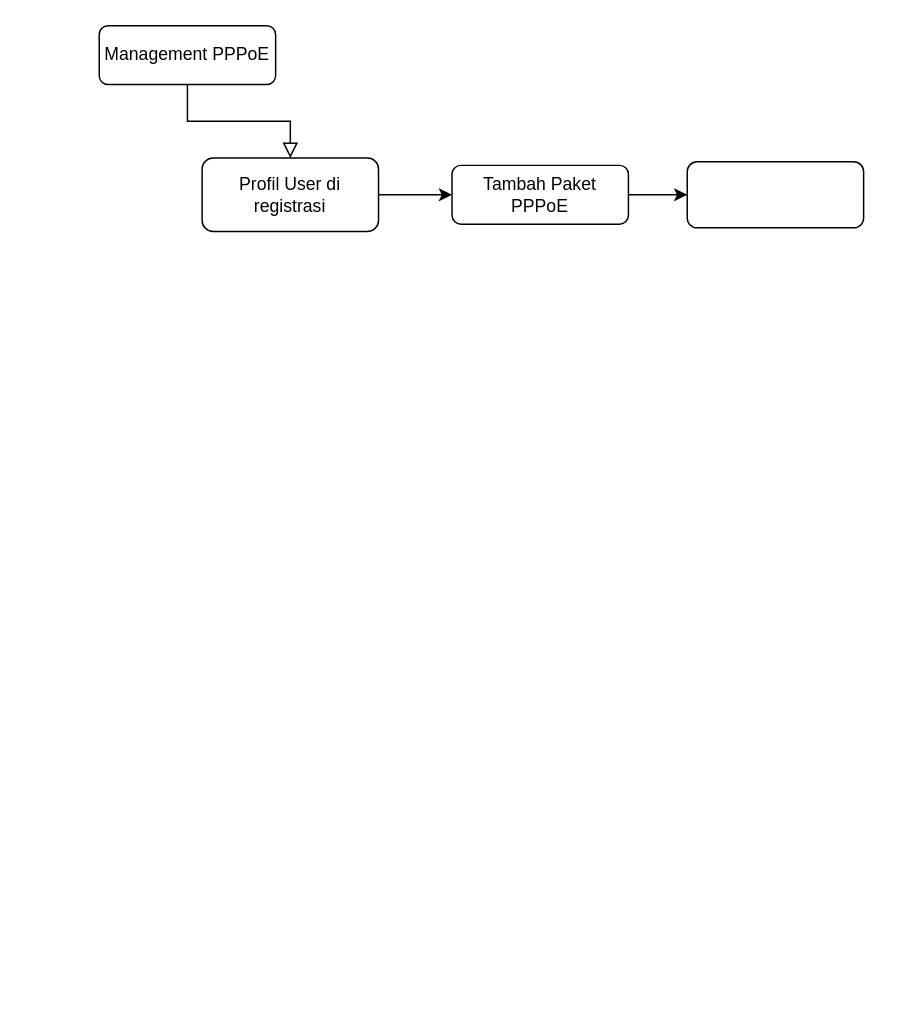
The draw.io diagram isp.drawio in axquired24/my.draw, before the edit. Source tidied: cells renumbered, new cells numbered last; positions are measured from the earlier drawing's top-left corner, leaving out a move shared by most shapes. Both pictures are drawn from the tidied source at 147%, with x=0, y=0 at pixel (98, 25).
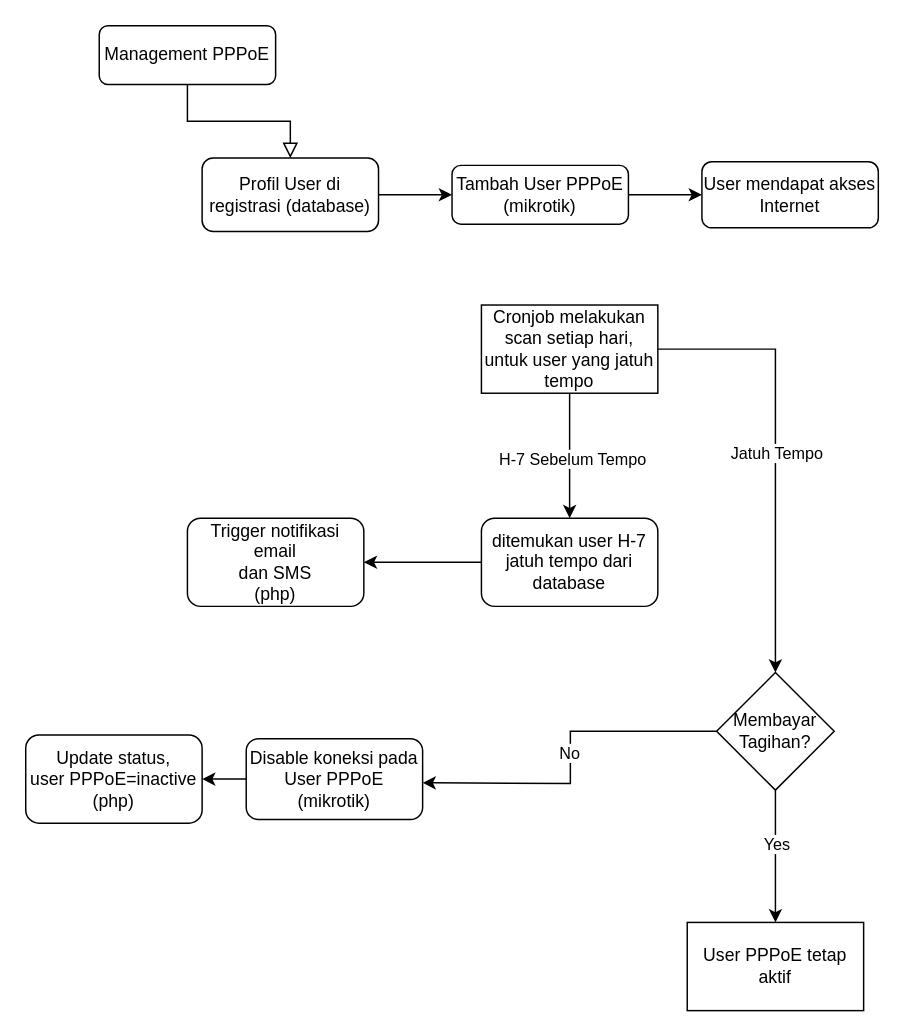
Above is the later version.

Diff of the diagram source:
```diff
@@
-    <mxCell id="5" value="Profil User di registrasi" style="rounded=1;whiteSpace=wrap;html=1;" parent="1" vertex="1">
+    <mxCell id="5" value="Profil User di registrasi (database)" style="rounded=1;whiteSpace=wrap;html=1;" parent="1" vertex="1">
       <mxGeometry x="70" y="90" width="120" height="50" as="geometry" />
     </mxCell>
@@
-    <mxCell id="7" value="Tambah Paket PPPoE" style="whiteSpace=wrap;html=1;rounded=1;" parent="1" vertex="1">
+    <mxCell id="7" value="Tambah User&amp;nbsp;PPPoE (mikrotik)" style="whiteSpace=wrap;html=1;rounded=1;" parent="1" vertex="1">
       <mxGeometry x="240" y="95" width="120" height="40" as="geometry" />
     </mxCell>
+    <mxCell id="9" style="edgeStyle=orthogonalEdgeStyle;rounded=0;jettySize=auto;html=1;exitX=0.5;exitY=1;exitDx=0;exitDy=0;" parent="1" edge="1" source="23" target="14">
+      <mxGeometry relative="1" as="geometry" />
+    </mxCell>
+    <mxCell id="10" value="H-7 Sebelum Tempo" style="edgeLabel;html=1;align=center;verticalAlign=middle;" parent="9" vertex="1">
+      <mxGeometry x="0.03" y="1" relative="1" as="geometry" />
+    </mxCell>
-    <mxCell id="8" style="whiteSpace=wrap;html=1;rounded=1;" parent="1" vertex="1">
-      <mxGeometry x="400" y="92.5" width="120" height="45" as="geometry" />
+    <mxCell id="8" value="User mendapat akses Internet" style="whiteSpace=wrap;html=1;rounded=1;" parent="1" vertex="1">
+      <mxGeometry x="410" y="92.5" width="120" height="45" as="geometry" />
     </mxCell>
+    <mxCell id="11" style="edgeStyle=orthogonalEdgeStyle;rounded=0;jettySize=auto;html=1;" parent="1" edge="1" source="14" target="15">
+      <mxGeometry relative="1" as="geometry" />
+    </mxCell>
+    <mxCell id="12" style="edgeStyle=orthogonalEdgeStyle;rounded=0;jettySize=auto;html=1;exitX=1;exitY=0.5;exitDx=0;exitDy=0;entryX=0.5;entryY=0;entryDx=0;entryDy=0;" parent="1" edge="1" source="23" target="20">
+      <mxGeometry relative="1" as="geometry" />
+    </mxCell>
+    <mxCell id="13" value="Jatuh Tempo" style="edgeLabel;html=1;align=center;verticalAlign=middle;" parent="12" vertex="1">
+      <mxGeometry relative="1" as="geometry" />
+    </mxCell>
+    <mxCell id="14" value="ditemukan user H-7 jatuh tempo dari database" style="whiteSpace=wrap;html=1;rounded=1;" parent="1" vertex="1">
+      <mxGeometry x="260" y="335" width="120" height="60" as="geometry" />
+    </mxCell>
+    <mxCell id="15" value="Trigger notifikasi email&lt;br&gt;dan SMS&lt;br&gt;(php)" style="whiteSpace=wrap;html=1;rounded=1;" parent="1" vertex="1">
+      <mxGeometry x="60" y="335" width="120" height="60" as="geometry" />
+    </mxCell>
+    <mxCell id="16" style="edgeStyle=orthogonalEdgeStyle;rounded=0;jettySize=auto;html=1;" parent="1" edge="1" source="20">
+      <mxGeometry relative="1" as="geometry">
+        <mxPoint x="220" y="515" as="targetPoint" />
+      </mxGeometry>
+    </mxCell>
+    <mxCell id="17" value="No" style="edgeLabel;html=1;align=center;verticalAlign=middle;" parent="16" vertex="1">
+      <mxGeometry x="-0.03" y="-1" relative="1" as="geometry" />
+    </mxCell>
+    <mxCell id="18" style="edgeStyle=orthogonalEdgeStyle;rounded=0;jettySize=auto;html=1;" parent="1" edge="1" source="20" target="25">
+      <mxGeometry relative="1" as="geometry" />
+    </mxCell>
+    <mxCell id="19" value="Yes" style="edgeLabel;html=1;align=center;verticalAlign=middle;" parent="18" vertex="1">
+      <mxGeometry x="-0.19" relative="1" as="geometry" />
+    </mxCell>
+    <mxCell id="20" value="Membayar Tagihan?" style="rhombus;whiteSpace=wrap;html=1;" parent="1" vertex="1">
+      <mxGeometry x="420" y="440" width="80" height="80" as="geometry" />
+    </mxCell>
+    <mxCell id="21" style="edgeStyle=orthogonalEdgeStyle;rounded=0;jettySize=auto;html=1;" parent="1" edge="1" source="22" target="24">
+      <mxGeometry relative="1" as="geometry" />
+    </mxCell>
+    <mxCell id="22" value="Disable koneksi pada User PPPoE (mikrotik)" style="rounded=1;whiteSpace=wrap;html=1;" parent="1" vertex="1">
+      <mxGeometry x="100" y="485" width="120" height="55" as="geometry" />
+    </mxCell>
+    <mxCell id="23" value="Cronjob melakukan scan setiap hari, untuk user yang jatuh tempo" style="rounded=0;whiteSpace=wrap;html=1;" parent="1" vertex="1">
+      <mxGeometry x="260" y="190" width="120" height="60" as="geometry" />
+    </mxCell>
+    <mxCell id="24" value="Update status,&lt;br&gt;user PPPoE=inactive&lt;br&gt;(php)" style="whiteSpace=wrap;html=1;rounded=1;" parent="1" vertex="1">
+      <mxGeometry x="-50" y="482.5" width="120" height="60" as="geometry" />
+    </mxCell>
+    <mxCell id="25" value="User PPPoE tetap aktif" style="whiteSpace=wrap;html=1;" parent="1" vertex="1">
+      <mxGeometry x="400" y="610" width="120" height="60" as="geometry" />
+    </mxCell>
```
